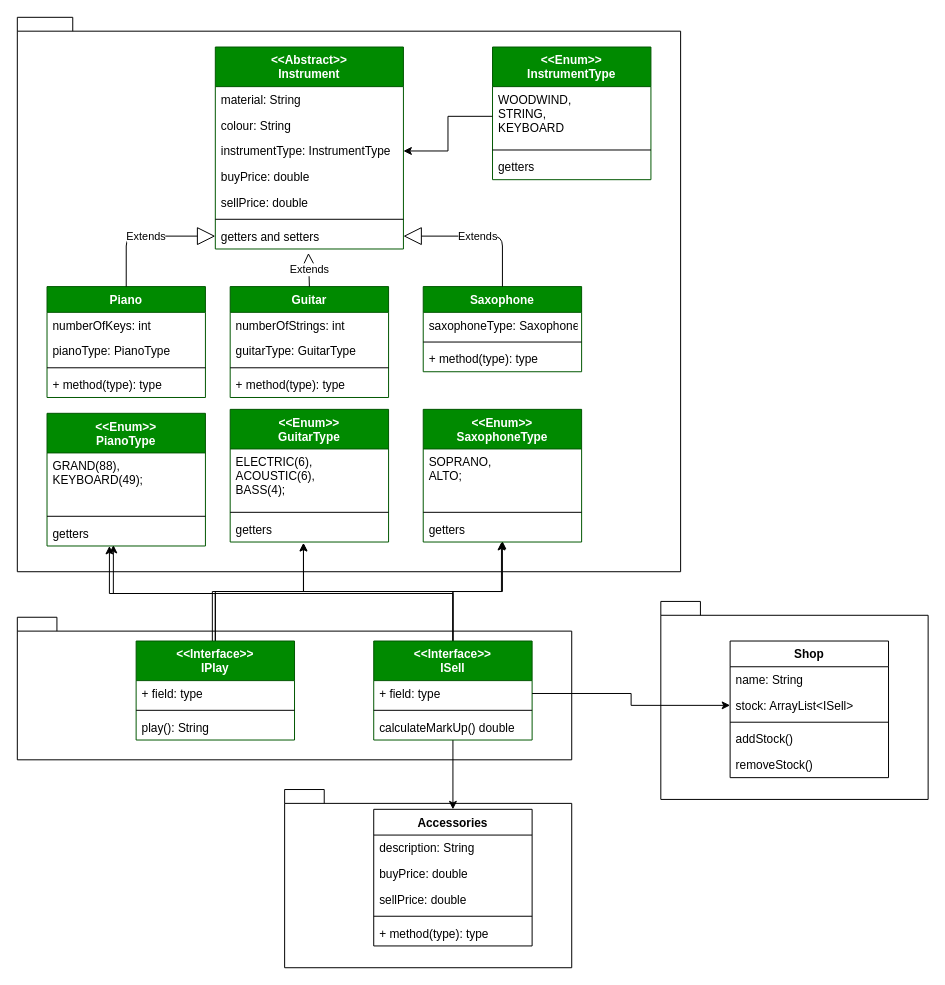
The draw.io diagram planning.drawio in Stanhoucke/music_shop_hw, before the edit. Source tidied: cells renumbered, new cells numbered last; positions are measured from the earlier drawing's top-left corner, leaving out a move shared by most shapes. Both pictures are drawn from the tidied source at 99%, with x=0, y=0 at pixel (17, 17).
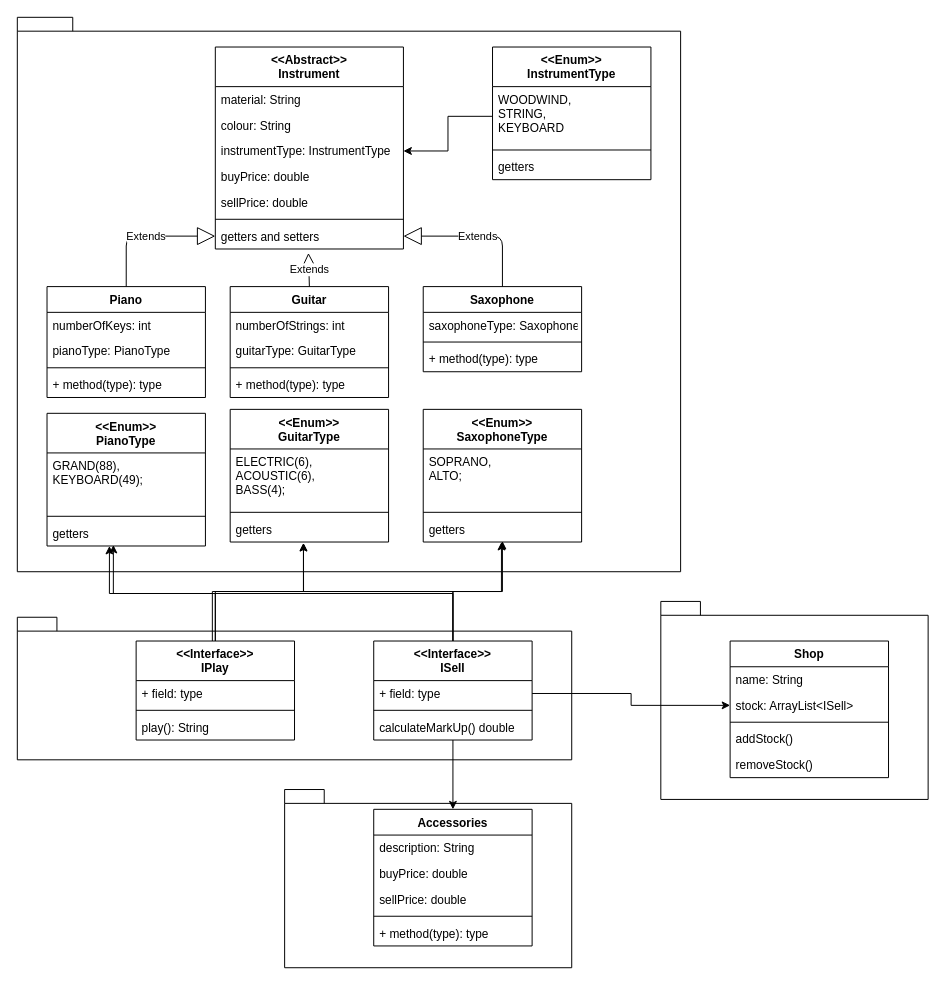
After the change.

The edit, as a diff of the source:
```diff
@@
-    <mxCell id="9" value="&lt;&lt;Interface&gt;&gt;&#10;IPlay" style="swimlane;fontStyle=1;align=center;verticalAlign=top;horizontal=1;startSize=40;fillColor=#008a00;strokeColor=#005700;fontColor=#ffffff;" parent="1" vertex="1">
+    <mxCell id="9" value="&lt;&lt;Interface&gt;&gt;&#10;IPlay" style="swimlane;fontStyle=1;align=center;verticalAlign=top;horizontal=1;startSize=40;" parent="1" vertex="1">
       <mxGeometry x="120" y="630" width="160" height="100" as="geometry" />
     </mxCell>
@@
-    <mxCell id="13" value="Guitar" style="swimlane;fontStyle=1;align=center;verticalAlign=top;horizontal=1;startSize=26;fillColor=#008a00;strokeColor=#005700;fontColor=#ffffff;" parent="1" vertex="1">
+    <mxCell id="13" value="Guitar" style="swimlane;fontStyle=1;align=center;verticalAlign=top;horizontal=1;startSize=26;" parent="1" vertex="1">
       <mxGeometry x="215" y="272" width="160" height="112" as="geometry" />
     </mxCell>
@@
-    <mxCell id="18" value="Piano" style="swimlane;fontStyle=1;align=center;verticalAlign=top;horizontal=1;startSize=26;fillColor=#008a00;strokeColor=#005700;fontColor=#ffffff;" parent="1" vertex="1">
+    <mxCell id="18" value="Piano" style="swimlane;fontStyle=1;align=center;verticalAlign=top;horizontal=1;startSize=26;" parent="1" vertex="1">
       <mxGeometry x="30" y="272" width="160" height="112" as="geometry" />
     </mxCell>
@@
-    <mxCell id="23" value="Saxophone" style="swimlane;fontStyle=1;align=center;verticalAlign=top;horizontal=1;startSize=26;fillColor=#008a00;strokeColor=#005700;fontColor=#ffffff;" parent="1" vertex="1">
+    <mxCell id="23" value="Saxophone" style="swimlane;fontStyle=1;align=center;verticalAlign=top;horizontal=1;startSize=26;" parent="1" vertex="1">
       <mxGeometry x="410" y="272" width="160" height="86" as="geometry" />
     </mxCell>
@@
-    <mxCell id="27" value="&lt;&lt;Abstract&gt;&gt;&#10;Instrument" style="swimlane;fontStyle=1;align=center;verticalAlign=top;horizontal=1;startSize=40;fillColor=#008a00;strokeColor=#005700;fontColor=#ffffff;" parent="1" vertex="1">
+    <mxCell id="27" value="&lt;&lt;Abstract&gt;&gt;&#10;Instrument" style="swimlane;fontStyle=1;align=center;verticalAlign=top;horizontal=1;startSize=40;" parent="1" vertex="1">
       <mxGeometry x="200" y="30" width="190" height="204" as="geometry" />
     </mxCell>
@@
-    <mxCell id="35" value="&lt;&lt;Enum&gt;&gt;&#10;InstrumentType" style="swimlane;fontStyle=1;align=center;verticalAlign=top;horizontal=1;startSize=40;fillColor=#008a00;strokeColor=#005700;fontColor=#ffffff;" parent="1" vertex="1">
+    <mxCell id="35" value="&lt;&lt;Enum&gt;&gt;&#10;InstrumentType" style="swimlane;fontStyle=1;align=center;verticalAlign=top;horizontal=1;startSize=40;" parent="1" vertex="1">
       <mxGeometry x="480" y="30" width="160" height="134" as="geometry" />
     </mxCell>
@@
-    <mxCell id="39" value="&lt;&lt;Enum&gt;&gt;&#10;GuitarType" style="swimlane;fontStyle=1;align=center;verticalAlign=top;horizontal=1;startSize=40;fillColor=#008a00;strokeColor=#005700;fontColor=#ffffff;" parent="1" vertex="1">
+    <mxCell id="39" value="&lt;&lt;Enum&gt;&gt;&#10;GuitarType" style="swimlane;fontStyle=1;align=center;verticalAlign=top;horizontal=1;startSize=40;" parent="1" vertex="1">
       <mxGeometry x="215" y="396" width="160" height="134" as="geometry" />
     </mxCell>
@@
-    <mxCell id="43" value="&lt;&lt;Enum&gt;&gt;&#10;PianoType" style="swimlane;fontStyle=1;align=center;verticalAlign=top;horizontal=1;startSize=40;fillColor=#008a00;strokeColor=#005700;fontColor=#ffffff;" parent="1" vertex="1">
+    <mxCell id="43" value="&lt;&lt;Enum&gt;&gt;&#10;PianoType" style="swimlane;fontStyle=1;align=center;verticalAlign=top;horizontal=1;startSize=40;" parent="1" vertex="1">
       <mxGeometry x="30" y="400" width="160" height="134" as="geometry" />
     </mxCell>
@@
-    <mxCell id="47" value="&lt;&lt;Enum&gt;&gt;&#10;SaxophoneType" style="swimlane;fontStyle=1;align=center;verticalAlign=top;horizontal=1;startSize=40;fillColor=#008a00;strokeColor=#005700;fontColor=#ffffff;" parent="1" vertex="1">
+    <mxCell id="47" value="&lt;&lt;Enum&gt;&gt;&#10;SaxophoneType" style="swimlane;fontStyle=1;align=center;verticalAlign=top;horizontal=1;startSize=40;" parent="1" vertex="1">
       <mxGeometry x="410" y="396" width="160" height="134" as="geometry" />
     </mxCell>
@@
-    <mxCell id="55" value="&lt;&lt;Interface&gt;&gt;&#10;ISell" style="swimlane;fontStyle=1;align=center;verticalAlign=top;horizontal=1;startSize=40;fillColor=#008a00;strokeColor=#005700;fontColor=#ffffff;" parent="1" vertex="1">
+    <mxCell id="55" value="&lt;&lt;Interface&gt;&gt;&#10;ISell" style="swimlane;fontStyle=1;align=center;verticalAlign=top;horizontal=1;startSize=40;" parent="1" vertex="1">
       <mxGeometry x="360" y="630" width="160" height="100" as="geometry" />
     </mxCell>
```
